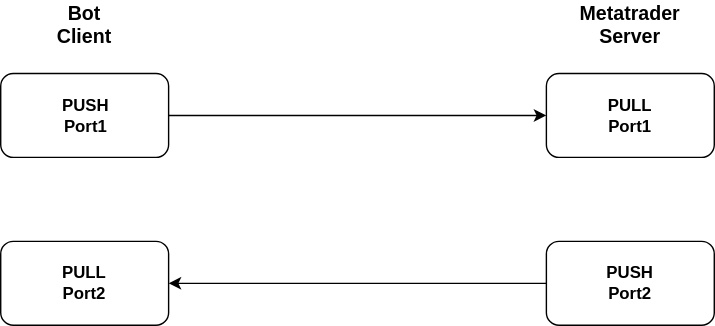
This is images/push_pull.drawio.svg from BorjaGomezSolorzano/Metatrader-Bridge, a draw.io export, as it was before one commit. Source tidied: cells renumbered, new cells last; positions are measured from the earlier drawing's top-left corner, leaving out a move shared by most shapes. Its diagram source:
```xml
<mxGraphModel>
  <root>
    <mxCell id="0" />
    <mxCell id="1" parent="0" />
    <mxCell id="2" style="rounded=1;whiteSpace=wrap;html=1;" parent="1" vertex="1">
      <mxGeometry y="50" width="120" height="60" as="geometry" />
    </mxCell>
    <mxCell id="3" style="rounded=1;whiteSpace=wrap;html=1;" parent="1" vertex="1">
      <mxGeometry x="390" y="50" width="120" height="60" as="geometry" />
    </mxCell>
    <mxCell id="4" style="rounded=1;whiteSpace=wrap;html=1;" parent="1" vertex="1">
      <mxGeometry y="170" width="120" height="60" as="geometry" />
    </mxCell>
    <mxCell id="5" style="rounded=1;whiteSpace=wrap;html=1;" parent="1" vertex="1">
      <mxGeometry x="390" y="170" width="120" height="60" as="geometry" />
    </mxCell>
    <mxCell id="6" value="&lt;font style=&quot;font-size: 14px&quot;&gt;&lt;b&gt;Bot Client&lt;/b&gt;&lt;/font&gt;" style="text;html=1;strokeColor=none;fillColor=none;align=center;verticalAlign=middle;whiteSpace=wrap;rounded=0;" parent="1" vertex="1">
      <mxGeometry x="30" width="60" height="30" as="geometry" />
    </mxCell>
    <mxCell id="7" value="&lt;font style=&quot;font-size: 14px&quot;&gt;&lt;b&gt;Metatrader Server&lt;/b&gt;&lt;/font&gt;" style="text;html=1;strokeColor=none;fillColor=none;align=center;verticalAlign=middle;whiteSpace=wrap;rounded=0;" parent="1" vertex="1">
      <mxGeometry x="420" width="60" height="30" as="geometry" />
    </mxCell>
    <mxCell id="8" style="endArrow=classic;html=1;rounded=0;exitX=1;exitY=0.5;exitDx=0;exitDy=0;entryX=0;entryY=0.5;entryDx=0;entryDy=0;" parent="1" edge="1" source="2" target="3">
      <mxGeometry relative="1" as="geometry" />
    </mxCell>
    <mxCell id="9" style="endArrow=classic;html=1;rounded=0;exitX=0;exitY=0.5;exitDx=0;exitDy=0;entryX=1;entryY=0.5;entryDx=0;entryDy=0;" parent="1" edge="1" source="5" target="4">
      <mxGeometry relative="1" as="geometry" />
    </mxCell>
    <mxCell id="10" value="&lt;b&gt;PUSH Port1&lt;/b&gt;" style="text;html=1;strokeColor=none;fillColor=none;align=center;verticalAlign=middle;whiteSpace=wrap;rounded=0;" parent="1" vertex="1">
      <mxGeometry x="31" y="65" width="60" height="30" as="geometry" />
    </mxCell>
    <mxCell id="11" value="&lt;b&gt;PUSH Port2&lt;/b&gt;" style="text;html=1;strokeColor=none;fillColor=none;align=center;verticalAlign=middle;whiteSpace=wrap;rounded=0;" parent="1" vertex="1">
      <mxGeometry x="420" y="185" width="60" height="30" as="geometry" />
    </mxCell>
    <mxCell id="12" value="&lt;b&gt;PULL Port1&lt;/b&gt;" style="text;html=1;strokeColor=none;fillColor=none;align=center;verticalAlign=middle;whiteSpace=wrap;rounded=0;" parent="1" vertex="1">
      <mxGeometry x="420" y="65" width="60" height="30" as="geometry" />
    </mxCell>
    <mxCell id="13" value="&lt;b&gt;PULL Port2&lt;/b&gt;" style="text;html=1;strokeColor=none;fillColor=none;align=center;verticalAlign=middle;whiteSpace=wrap;rounded=0;" parent="1" vertex="1">
      <mxGeometry x="30" y="185" width="60" height="30" as="geometry" />
    </mxCell>
  </root>
</mxGraphModel>
```
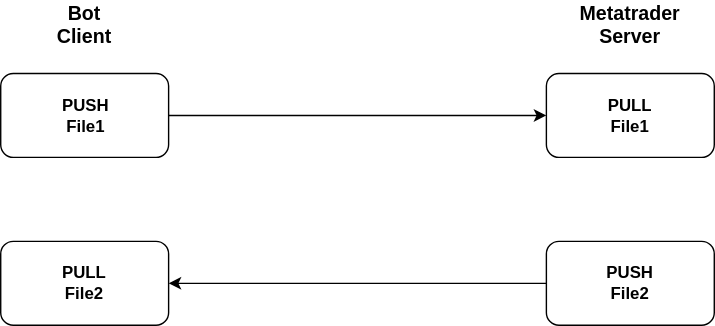
Above is the later version.

What changed in the source:
```diff
@@ -26,16 +26,16 @@
     <mxCell id="9" style="endArrow=classic;html=1;rounded=0;exitX=0;exitY=0.5;exitDx=0;exitDy=0;entryX=1;entryY=0.5;entryDx=0;entryDy=0;" parent="1" edge="1" source="5" target="4">
       <mxGeometry relative="1" as="geometry" />
     </mxCell>
-    <mxCell id="10" value="&lt;b&gt;PUSH Port1&lt;/b&gt;" style="text;html=1;strokeColor=none;fillColor=none;align=center;verticalAlign=middle;whiteSpace=wrap;rounded=0;" parent="1" vertex="1">
+    <mxCell id="10" value="&lt;b&gt;PUSH File1&lt;/b&gt;" style="text;html=1;strokeColor=none;fillColor=none;align=center;verticalAlign=middle;whiteSpace=wrap;rounded=0;" parent="1" vertex="1">
       <mxGeometry x="31" y="65" width="60" height="30" as="geometry" />
     </mxCell>
-    <mxCell id="11" value="&lt;b&gt;PUSH Port2&lt;/b&gt;" style="text;html=1;strokeColor=none;fillColor=none;align=center;verticalAlign=middle;whiteSpace=wrap;rounded=0;" parent="1" vertex="1">
+    <mxCell id="11" value="&lt;b&gt;PUSH File2&lt;/b&gt;" style="text;html=1;strokeColor=none;fillColor=none;align=center;verticalAlign=middle;whiteSpace=wrap;rounded=0;" parent="1" vertex="1">
       <mxGeometry x="420" y="185" width="60" height="30" as="geometry" />
     </mxCell>
-    <mxCell id="12" value="&lt;b&gt;PULL Port1&lt;/b&gt;" style="text;html=1;strokeColor=none;fillColor=none;align=center;verticalAlign=middle;whiteSpace=wrap;rounded=0;" parent="1" vertex="1">
+    <mxCell id="12" value="&lt;b&gt;PULL File1&lt;/b&gt;" style="text;html=1;strokeColor=none;fillColor=none;align=center;verticalAlign=middle;whiteSpace=wrap;rounded=0;" parent="1" vertex="1">
       <mxGeometry x="420" y="65" width="60" height="30" as="geometry" />
     </mxCell>
-    <mxCell id="13" value="&lt;b&gt;PULL Port2&lt;/b&gt;" style="text;html=1;strokeColor=none;fillColor=none;align=center;verticalAlign=middle;whiteSpace=wrap;rounded=0;" parent="1" vertex="1">
+    <mxCell id="13" value="&lt;b&gt;PULL File2&lt;/b&gt;" style="text;html=1;strokeColor=none;fillColor=none;align=center;verticalAlign=middle;whiteSpace=wrap;rounded=0;" parent="1" vertex="1">
       <mxGeometry x="30" y="185" width="60" height="30" as="geometry" />
     </mxCell>
   </root>
```
